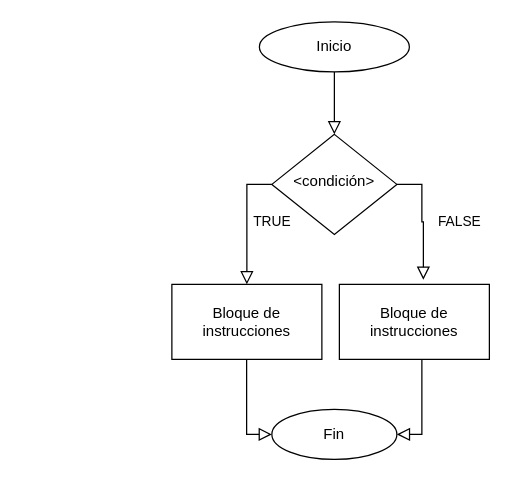
The draw.io diagram schemas/Untitled Diagram.drawio in AdrianSosaUV/Introduction-to-R, before the edit. Source tidied: cells renumbered, new cells numbered last; positions are measured from the earlier drawing's top-left corner, leaving out a move shared by most shapes. Both pictures are drawn from the tidied source at 125%, with x=0, y=0 at pixel (171, 21).
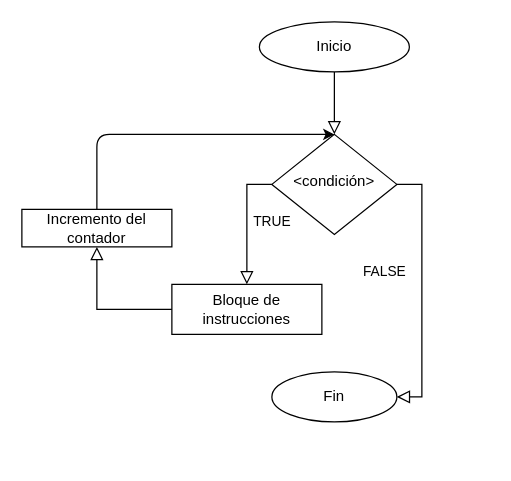
Above is the later version.

The edit, as a diff of the source:
```diff
@@
 <mxGraphModel>
   <root>
     <mxCell id="0" />
     <mxCell id="1" parent="0" />
     <mxCell id="2" style="rounded=0;html=1;jettySize=auto;fontSize=11;endArrow=block;endFill=0;endSize=8;strokeWidth=1;shadow=0;labelBackgroundColor=none;edgeStyle=orthogonalEdgeStyle;exitX=0.5;exitY=1;exitDx=0;exitDy=0;" parent="1" edge="1" source="5" target="4">
       <mxGeometry relative="1" as="geometry" />
     </mxCell>
     <mxCell id="3" value="TRUE" style="rounded=0;html=1;jettySize=auto;fontSize=11;endArrow=block;endFill=0;endSize=8;strokeWidth=1;shadow=0;labelBackgroundColor=none;edgeStyle=orthogonalEdgeStyle;" parent="1" edge="1" source="4">
       <mxGeometry y="20" relative="1" as="geometry">
         <mxPoint x="60" y="210" as="targetPoint" />
       </mxGeometry>
     </mxCell>
     <mxCell id="4" value="&amp;lt;condición&amp;gt;" style="rhombus;whiteSpace=wrap;html=1;shadow=0;fontFamily=Helvetica;fontSize=12;align=center;strokeWidth=1;spacing=6;spacingTop=-4;" parent="1" vertex="1">
       <mxGeometry x="80" y="90" width="100" height="80" as="geometry" />
     </mxCell>
     <mxCell id="5" value="Inicio" style="ellipse;whiteSpace=wrap;html=1;" parent="1" vertex="1">
       <mxGeometry x="70" width="120" height="40" as="geometry" />
     </mxCell>
     <mxCell id="6" value="Bloque de instrucciones" style="rounded=0;whiteSpace=wrap;html=1;" parent="1" vertex="1">
-      <mxGeometry y="210" width="120" height="60" as="geometry" />
+      <mxGeometry y="210" width="120" height="40" as="geometry" />
     </mxCell>
     <mxCell id="7" value="Fin" style="ellipse;whiteSpace=wrap;html=1;" parent="1" vertex="1">
-      <mxGeometry x="80" y="310" width="100" height="40" as="geometry" />
+      <mxGeometry x="80" y="280" width="100" height="40" as="geometry" />
     </mxCell>
-    <mxCell id="8" style="rounded=0;html=1;jettySize=auto;fontSize=11;endArrow=block;endFill=0;endSize=8;strokeWidth=1;shadow=0;labelBackgroundColor=none;edgeStyle=orthogonalEdgeStyle;entryX=0;entryY=0.5;entryDx=0;entryDy=0;" parent="1" edge="1" target="7">
+    <mxCell id="8" style="rounded=0;html=1;jettySize=auto;fontSize=11;endArrow=block;endFill=0;endSize=8;strokeWidth=1;shadow=0;labelBackgroundColor=none;edgeStyle=orthogonalEdgeStyle;exitX=0;exitY=0.5;exitDx=0;exitDy=0;entryX=0.5;entryY=1;entryDx=0;entryDy=0;" parent="1" edge="1" source="6" target="12">
       <mxGeometry y="20" relative="1" as="geometry">
-        <mxPoint x="59.8" y="270" as="sourcePoint" />
         <Array as="points">
-          <mxPoint x="60" y="330" />
+          <mxPoint x="-60" y="230" />
         </Array>
       </mxGeometry>
     </mxCell>
-    <mxCell id="9" value="FALSE" style="edgeStyle=orthogonalEdgeStyle;rounded=0;html=1;jettySize=auto;fontSize=11;endArrow=block;endFill=0;endSize=8;strokeWidth=1;shadow=0;labelBackgroundColor=none;entryX=0.56;entryY=-0.061;entryDx=0;entryDy=0;entryPerimeter=0;" parent="1" edge="1" source="4" target="10">
-      <mxGeometry x="0.05" y="29" relative="1" as="geometry">
+    <mxCell id="9" value="FALSE" style="edgeStyle=orthogonalEdgeStyle;rounded=0;html=1;jettySize=auto;fontSize=11;endArrow=block;endFill=0;endSize=8;strokeWidth=1;shadow=0;labelBackgroundColor=none;entryX=1;entryY=0.5;entryDx=0;entryDy=0;" parent="1" edge="1" source="4" target="7">
+      <mxGeometry x="-0.14" y="-30" relative="1" as="geometry">
         <Array as="points">
           <mxPoint x="200" y="130" />
-          <mxPoint x="200" y="160" />
-          <mxPoint x="201" y="160" />
+          <mxPoint x="200" y="300" />
         </Array>
       </mxGeometry>
     </mxCell>
-    <mxCell id="10" value="Bloque de instrucciones" style="rounded=0;whiteSpace=wrap;html=1;" parent="1" vertex="1">
-      <mxGeometry x="134" y="210" width="120" height="60" as="geometry" />
-    </mxCell>
-    <mxCell id="11" style="rounded=0;html=1;jettySize=auto;fontSize=11;endArrow=block;endFill=0;endSize=8;strokeWidth=1;shadow=0;labelBackgroundColor=none;edgeStyle=orthogonalEdgeStyle;entryX=1;entryY=0.5;entryDx=0;entryDy=0;" parent="1" edge="1" target="7">
-      <mxGeometry y="20" relative="1" as="geometry">
-        <mxPoint x="200" y="270" as="sourcePoint" />
-        <Array as="points">
-          <mxPoint x="200" y="330" />
-        </Array>
-      </mxGeometry>
-    </mxCell>
+    <mxCell id="12" value="Incremento del contador" style="rounded=0;whiteSpace=wrap;html=1;" parent="1" vertex="1">
+      <mxGeometry x="-120" y="150" width="120" height="30" as="geometry" />
+    </mxCell>
+    <mxCell id="13" style="endArrow=classic;html=1;exitX=0.5;exitY=0;exitDx=0;exitDy=0;entryX=0.5;entryY=0;entryDx=0;entryDy=0;" parent="1" edge="1" source="12" target="4">
+      <mxGeometry relative="1" as="geometry">
+        <Array as="points">
+          <mxPoint x="-60" y="90" />
+        </Array>
+      </mxGeometry>
+    </mxCell>
   </root>
 </mxGraphModel>
```
